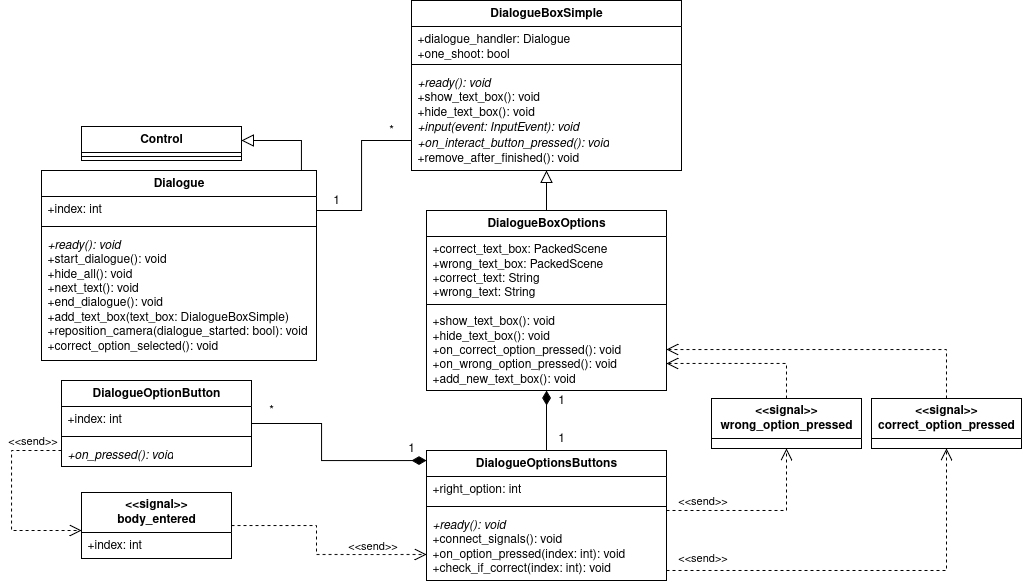
The draw.io diagram Documentazione/source/imgs/class-dialogue.png in fliposab/ProgettoStage, before a commit. Source tidied: cells renumbered, new cells last; positions are measured from the earlier drawing's top-left corner, leaving out a move shared by most shapes.
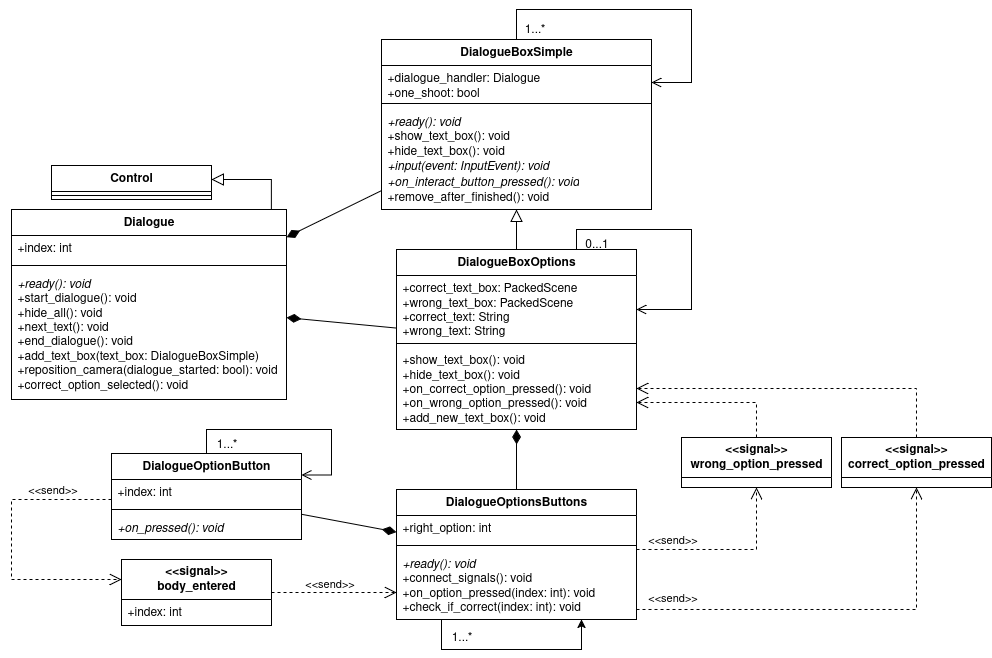
The same file after the commit.

Change to the diagram source:
```diff
@@ -2,7 +2,7 @@
   <root>
     <mxCell id="0" />
     <mxCell id="1" parent="0" />
-    <mxCell id="2" style="edgeStyle=orthogonalEdgeStyle;rounded=0;jettySize=auto;html=1;endArrow=block;endFill=0;endSize=10;" parent="1" edge="1" source="3" target="44">
+    <mxCell id="2" style="edgeStyle=orthogonalEdgeStyle;rounded=0;jettySize=auto;html=1;endArrow=block;endFill=0;endSize=10;" parent="1" edge="1" source="3" target="43">
       <mxGeometry relative="1" as="geometry">
         <Array as="points">
           <mxPoint x="290" y="140" />
@@ -21,13 +21,8 @@
     <mxCell id="6" value="&lt;div&gt;&lt;i&gt;+ready(): void&lt;/i&gt;&lt;/div&gt;&lt;div&gt;+start_dialogue(): void&lt;/div&gt;&lt;div&gt;+hide_all(): void&lt;/div&gt;&lt;div&gt;+next_text(): void&lt;/div&gt;&lt;div&gt;+end_dialogue(): void&lt;/div&gt;&lt;div&gt;+add_text_box(text_box: DialogueBoxSimple)&lt;/div&gt;&lt;div&gt;+reposition_camera(dialogue_started: bool): void&lt;/div&gt;&lt;div&gt;+correct_option_selected(): void&lt;/div&gt;&lt;div&gt;&lt;br&gt;&lt;/div&gt;" style="text;strokeColor=none;fillColor=none;align=left;verticalAlign=top;spacingLeft=4;spacingRight=4;overflow=hidden;whiteSpace=wrap;html=1;" parent="3" vertex="1">
       <mxGeometry y="60" width="275" height="130" as="geometry" />
     </mxCell>
-    <mxCell id="7" style="edgeStyle=orthogonalEdgeStyle;rounded=0;jettySize=auto;html=1;endSize=10;endArrow=none;endFill=0;" parent="1" edge="1" source="8" target="3">
-      <mxGeometry relative="1" as="geometry">
-        <Array as="points">
-          <mxPoint x="350" y="140" />
-          <mxPoint x="350" y="210" />
-        </Array>
-      </mxGeometry>
+    <mxCell id="7" style="rounded=0;jettySize=auto;html=1;endSize=12;endArrow=diamondThin;endFill=1;" parent="1" edge="1" source="8" target="3">
+      <mxGeometry relative="1" as="geometry" />
     </mxCell>
     <mxCell id="8" value="DialogueBoxSimple" style="swimlane;fontStyle=1;align=center;verticalAlign=top;horizontal=1;startSize=26;whiteSpace=wrap;html=1;" parent="1" vertex="1">
       <mxGeometry x="400" width="270" height="170" as="geometry" />
@@ -41,8 +36,14 @@
     <mxCell id="11" value="&lt;div&gt;&lt;i&gt;+ready(): void&lt;/i&gt;&lt;/div&gt;&lt;div&gt;+show_text_box(): void&lt;/div&gt;&lt;div&gt;+hide_text_box(): void&lt;/div&gt;&lt;div&gt;&lt;i&gt;+input(event: InputEvent): void&lt;/i&gt;&lt;/div&gt;&lt;div&gt;&lt;i&gt;+on_interact_button_pressed(): void&lt;/i&gt;&lt;/div&gt;&lt;div&gt;+remove_after_finished(): void&lt;/div&gt;" style="text;strokeColor=none;fillColor=none;align=left;verticalAlign=top;spacingLeft=4;spacingRight=4;overflow=hidden;whiteSpace=wrap;html=1;" parent="8" vertex="1">
       <mxGeometry y="68" width="270" height="102" as="geometry" />
     </mxCell>
-    <mxCell id="12" value="*" style="text;html=1;align=center;verticalAlign=middle;whiteSpace=wrap;rounded=0;" parent="1" vertex="1">
-      <mxGeometry x="360" y="120" width="40" height="20" as="geometry" />
+    <mxCell id="12" style="edgeStyle=orthogonalEdgeStyle;rounded=0;jettySize=auto;html=1;entryX=1;entryY=0.5;entryDx=0;entryDy=0;endArrow=open;endFill=0;endSize=8;" parent="8" edge="1" source="8" target="9">
+      <mxGeometry relative="1" as="geometry">
+        <Array as="points">
+          <mxPoint x="135" y="-30" />
+          <mxPoint x="310" y="-30" />
+          <mxPoint x="310" y="43" />
+        </Array>
+      </mxGeometry>
     </mxCell>
     <mxCell id="13" value="DialogueBoxOptions" style="swimlane;fontStyle=1;align=center;verticalAlign=top;horizontal=1;startSize=26;whiteSpace=wrap;html=1;" parent="1" vertex="1">
       <mxGeometry x="415" y="210" width="240" height="180" as="geometry" />
@@ -59,18 +60,13 @@
     <mxCell id="17" style="edgeStyle=orthogonalEdgeStyle;rounded=0;jettySize=auto;html=1;endArrow=block;endFill=0;endSize=10;exitX=0.5;exitY=0;exitDx=0;exitDy=0;" parent="1" edge="1" source="13" target="8">
       <mxGeometry relative="1" as="geometry" />
     </mxCell>
-    <mxCell id="18" style="edgeStyle=orthogonalEdgeStyle;rounded=0;jettySize=auto;html=1;endArrow=none;endFill=0;endSize=12;startArrow=diamondThin;startFill=1;startSize=12;" parent="1" edge="1" source="24" target="30">
-      <mxGeometry relative="1" as="geometry">
-        <Array as="points">
-          <mxPoint x="310" y="460" />
-          <mxPoint x="310" y="423" />
-        </Array>
-      </mxGeometry>
+    <mxCell id="18" style="rounded=0;jettySize=auto;html=1;endArrow=none;endFill=0;endSize=12;startArrow=diamondThin;startFill=1;startSize=12;" parent="1" edge="1" source="24" target="31">
+      <mxGeometry relative="1" as="geometry" />
     </mxCell>
     <mxCell id="19" style="edgeStyle=orthogonalEdgeStyle;rounded=0;jettySize=auto;html=1;endArrow=diamondThin;endFill=1;endSize=12;" parent="1" edge="1" source="24" target="13">
       <mxGeometry relative="1" as="geometry" />
     </mxCell>
-    <mxCell id="20" style="edgeStyle=orthogonalEdgeStyle;rounded=0;jettySize=auto;html=1;dashed=1;endArrow=open;endFill=0;endSize=10;" parent="1" edge="1" source="24" target="39">
+    <mxCell id="20" style="edgeStyle=orthogonalEdgeStyle;rounded=0;jettySize=auto;html=1;dashed=1;endArrow=open;endFill=0;endSize=10;" parent="1" edge="1" source="24" target="38">
       <mxGeometry relative="1" as="geometry">
         <Array as="points">
           <mxPoint x="775" y="510" />
@@ -87,7 +83,7 @@
         <mxPoint x="-10" y="-7" as="offset" />
       </mxGeometry>
     </mxCell>
-    <mxCell id="23" style="edgeStyle=orthogonalEdgeStyle;rounded=0;jettySize=auto;html=1;dashed=1;endArrow=open;endFill=0;endSize=10;" parent="1" edge="1" source="24" target="38">
+    <mxCell id="23" style="edgeStyle=orthogonalEdgeStyle;rounded=0;jettySize=auto;html=1;dashed=1;endArrow=open;endFill=0;endSize=10;" parent="1" edge="1" source="24" target="37">
       <mxGeometry relative="1" as="geometry">
         <Array as="points">
           <mxPoint x="935" y="570" />
@@ -106,90 +102,116 @@
     <mxCell id="27" value="&lt;div&gt;&lt;i&gt;+ready(): void&lt;/i&gt;&lt;/div&gt;&lt;div&gt;+connect_signals(): void&lt;/div&gt;&lt;div&gt;+on_option_pressed(index: int): void&lt;/div&gt;&lt;div&gt;+check_if_correct(index: int): void&lt;/div&gt;" style="text;strokeColor=none;fillColor=none;align=left;verticalAlign=top;spacingLeft=4;spacingRight=4;overflow=hidden;points=[[0,0.5],[1,0.5]];portConstraint=eastwest;whiteSpace=wrap;html=1;" parent="24" vertex="1">
       <mxGeometry y="60" width="240" height="70" as="geometry" />
     </mxCell>
-    <mxCell id="28" style="edgeStyle=orthogonalEdgeStyle;rounded=0;jettySize=auto;html=1;dashed=1;endArrow=open;endFill=0;endSize=10;" parent="1" edge="1" source="30" target="40">
+    <mxCell id="28" style="edgeStyle=orthogonalEdgeStyle;rounded=0;jettySize=auto;html=1;" parent="24" edge="1" source="24" target="27">
       <mxGeometry relative="1" as="geometry">
         <Array as="points">
-          <mxPoint y="450" />
-          <mxPoint y="530" />
+          <mxPoint x="45" y="160" />
+          <mxPoint x="185" y="160" />
         </Array>
       </mxGeometry>
     </mxCell>
-    <mxCell id="29" value="&amp;lt;&amp;lt;send&amp;gt;&amp;gt;" style="edgeLabel;html=1;align=center;verticalAlign=middle;" parent="28" vertex="1">
-      <mxGeometry x="-0.38" y="-2" relative="1" as="geometry">
-        <mxPoint x="22" y="-22" as="offset" />
+    <mxCell id="29" style="edgeStyle=orthogonalEdgeStyle;rounded=0;jettySize=auto;html=1;dashed=1;endArrow=open;endFill=0;endSize=10;" parent="1" edge="1" source="31" target="39">
+      <mxGeometry relative="1" as="geometry">
+        <Array as="points">
+          <mxPoint x="30" y="460" />
+          <mxPoint x="30" y="540" />
+        </Array>
       </mxGeometry>
     </mxCell>
-    <mxCell id="30" value="DialogueOptionButton" style="swimlane;fontStyle=1;align=center;verticalAlign=top;horizontal=1;startSize=26;whiteSpace=wrap;html=1;" parent="1" vertex="1">
-      <mxGeometry x="50" y="380" width="190" height="86" as="geometry" />
+    <mxCell id="30" value="&amp;lt;&amp;lt;send&amp;gt;&amp;gt;" style="edgeLabel;html=1;align=center;verticalAlign=middle;points=[];" parent="29" vertex="1">
+      <mxGeometry x="-0.38" y="-2" relative="1" as="geometry">
+        <mxPoint x="30" y="-8" as="offset" />
+      </mxGeometry>
     </mxCell>
-    <mxCell id="31" value="+index: int" style="text;strokeColor=none;fillColor=none;align=left;verticalAlign=top;spacingLeft=4;spacingRight=4;overflow=hidden;points=[[0,0.5],[1,0.5]];portConstraint=eastwest;whiteSpace=wrap;html=1;" parent="30" vertex="1">
-      <mxGeometry y="26" width="190" height="26" as="geometry" />
+    <mxCell id="31" value="DialogueOptionButton" style="swimlane;fontStyle=1;align=center;verticalAlign=top;horizontal=1;startSize=26;whiteSpace=wrap;html=1;" parent="1" vertex="1">
+      <mxGeometry x="130" y="414" width="190" height="86" as="geometry" />
     </mxCell>
-    <mxCell id="32" style="line;strokeWidth=1;fillColor=none;align=left;verticalAlign=middle;spacingTop=-1;spacingLeft=3;spacingRight=3;labelPosition=right;strokeColor=inherit;" parent="30" vertex="1">
-      <mxGeometry y="52" width="190" height="8" as="geometry" />
+    <mxCell id="32" value="+index: int" style="text;strokeColor=none;fillColor=none;align=left;verticalAlign=top;spacingLeft=4;spacingRight=4;overflow=hidden;whiteSpace=wrap;html=1;" parent="31" vertex="1">
+      <mxGeometry y="26" width="190" height="26" as="geometry" />
     </mxCell>
-    <mxCell id="33" value="&lt;i&gt;+on_pressed(): void&lt;/i&gt;" style="text;strokeColor=none;fillColor=none;align=left;verticalAlign=top;spacingLeft=4;spacingRight=4;overflow=hidden;whiteSpace=wrap;html=1;" parent="30" vertex="1">
-      <mxGeometry y="60" width="190" height="26" as="geometry" />
+    <mxCell id="33" style="line;strokeWidth=1;fillColor=none;align=left;verticalAlign=middle;spacingTop=-1;spacingLeft=3;spacingRight=3;labelPosition=right;strokeColor=inherit;" parent="31" vertex="1">
+      <mxGeometry y="52" width="190" height="8" as="geometry" />
     </mxCell>
-    <mxCell id="34" value="1" style="text;html=1;align=center;verticalAlign=middle;whiteSpace=wrap;rounded=0;" parent="1" vertex="1">
-      <mxGeometry x="530" y="390" width="40" height="20" as="geometry" />
+    <mxCell id="34" value="&lt;i&gt;+on_pressed(): void&amp;nbsp;&lt;/i&gt;" style="text;strokeColor=none;fillColor=none;align=left;verticalAlign=top;spacingLeft=4;spacingRight=4;overflow=hidden;whiteSpace=wrap;html=1;" parent="31" vertex="1">
+      <mxGeometry y="60" width="190" height="26" as="geometry" />
     </mxCell>
-    <mxCell id="35" value="*" style="text;html=1;align=center;verticalAlign=middle;whiteSpace=wrap;rounded=0;" parent="1" vertex="1">
-      <mxGeometry x="240" y="400" width="40" height="20" as="geometry" />
+    <mxCell id="35" style="edgeStyle=orthogonalEdgeStyle;rounded=0;jettySize=auto;html=1;dashed=1;endArrow=open;endFill=0;endSize=10;" parent="1" edge="1" source="39" target="24">
+      <mxGeometry relative="1" as="geometry">
+        <Array as="points">
+          <mxPoint x="280" y="554" />
+          <mxPoint x="280" y="554" />
+        </Array>
+      </mxGeometry>
     </mxCell>
-    <mxCell id="36" style="edgeStyle=orthogonalEdgeStyle;rounded=0;jettySize=auto;html=1;dashed=1;endArrow=open;endFill=0;endSize=10;" parent="1" edge="1" source="40" target="24">
-      <mxGeometry relative="1" as="geometry">
-        <Array as="points">
-          <mxPoint x="305" y="525" />
-          <mxPoint x="305" y="554" />
-        </Array>
+    <mxCell id="36" value="&amp;lt;&amp;lt;send&amp;gt;&amp;gt;" style="edgeLabel;html=1;align=center;verticalAlign=middle;" parent="35" vertex="1">
+      <mxGeometry x="0.42" y="5" relative="1" as="geometry">
+        <mxPoint x="-32" y="-4" as="offset" />
       </mxGeometry>
     </mxCell>
-    <mxCell id="37" value="&amp;lt;&amp;lt;send&amp;gt;&amp;gt;" style="edgeLabel;html=1;align=center;verticalAlign=middle;points=[];" parent="36" vertex="1">
-      <mxGeometry x="0.42" y="5" relative="1" as="geometry">
-        <mxPoint x="9" y="-4" as="offset" />
-      </mxGeometry>
+    <mxCell id="37" value="&lt;div&gt;&lt;b&gt;&amp;lt;&amp;lt;signal&amp;gt;&amp;gt;&lt;/b&gt;&lt;/div&gt;&lt;div&gt;&lt;b&gt;correct_option_pressed&lt;/b&gt;&lt;/div&gt;" style="swimlane;fontStyle=0;horizontal=1;startSize=40;fillColor=none;whiteSpace=wrap;html=1;" parent="1" vertex="1">
+      <mxGeometry x="860" y="398" width="150" height="50" as="geometry" />
     </mxCell>
-    <mxCell id="38" value="&lt;div&gt;&lt;b&gt;&amp;lt;&amp;lt;signal&amp;gt;&amp;gt;&lt;/b&gt;&lt;/div&gt;&lt;div&gt;&lt;b&gt;correct_option_pressed&lt;/b&gt;&lt;/div&gt;" style="swimlane;fontStyle=0;horizontal=1;startSize=40;fillColor=none;whiteSpace=wrap;html=1;" parent="1" vertex="1">
-      <mxGeometry x="860" y="398" width="150" height="50" as="geometry" />
+    <mxCell id="38" value="&lt;div&gt;&lt;b&gt;&amp;lt;&amp;lt;signal&amp;gt;&amp;gt;&lt;/b&gt;&lt;/div&gt;&lt;div&gt;&lt;b&gt;wrong_option_pressed&lt;/b&gt;&lt;/div&gt;" style="swimlane;fontStyle=0;horizontal=1;startSize=40;fillColor=none;whiteSpace=wrap;html=1;" parent="1" vertex="1">
+      <mxGeometry x="700" y="398" width="150" height="50" as="geometry" />
     </mxCell>
-    <mxCell id="39" value="&lt;div&gt;&lt;b&gt;&amp;lt;&amp;lt;signal&amp;gt;&amp;gt;&lt;/b&gt;&lt;/div&gt;&lt;div&gt;&lt;b&gt;wrong_option_pressed&lt;/b&gt;&lt;/div&gt;" style="swimlane;fontStyle=0;horizontal=1;startSize=40;fillColor=none;whiteSpace=wrap;html=1;" parent="1" vertex="1">
-      <mxGeometry x="700" y="398" width="150" height="50" as="geometry" />
+    <mxCell id="39" value="&lt;div&gt;&lt;b&gt;&amp;lt;&amp;lt;signal&amp;gt;&amp;gt;&lt;/b&gt;&lt;/div&gt;&lt;div&gt;&lt;b&gt;body_entered&lt;/b&gt;&lt;/div&gt;" style="swimlane;fontStyle=0;horizontal=1;startSize=40;fillColor=none;whiteSpace=wrap;html=1;" parent="1" vertex="1">
+      <mxGeometry x="140" y="520" width="150" height="66" as="geometry" />
     </mxCell>
-    <mxCell id="40" value="&lt;div&gt;&lt;b&gt;&amp;lt;&amp;lt;signal&amp;gt;&amp;gt;&lt;/b&gt;&lt;/div&gt;&lt;div&gt;&lt;b&gt;body_entered&lt;/b&gt;&lt;/div&gt;" style="swimlane;fontStyle=0;horizontal=1;startSize=40;fillColor=none;whiteSpace=wrap;html=1;" parent="1" vertex="1">
-      <mxGeometry x="70" y="492" width="150" height="66" as="geometry" />
+    <mxCell id="40" value="+index: int" style="text;strokeColor=none;fillColor=none;align=left;verticalAlign=top;spacingLeft=4;spacingRight=4;overflow=hidden;points=[[0,0.5],[1,0.5]];portConstraint=eastwest;whiteSpace=wrap;html=1;" parent="39" vertex="1">
+      <mxGeometry y="40" width="150" height="26" as="geometry" />
     </mxCell>
-    <mxCell id="41" value="+index: int" style="text;strokeColor=none;fillColor=none;align=left;verticalAlign=top;spacingLeft=4;spacingRight=4;overflow=hidden;whiteSpace=wrap;html=1;" parent="40" vertex="1">
-      <mxGeometry y="40" width="150" height="26" as="geometry" />
+    <mxCell id="41" style="edgeStyle=orthogonalEdgeStyle;rounded=0;jettySize=auto;html=1;dashed=1;endArrow=open;endFill=0;endSize=10;" parent="1" edge="1" source="38" target="13">
+      <mxGeometry relative="1" as="geometry">
+        <Array as="points">
+          <mxPoint x="775" y="363" />
+        </Array>
+      </mxGeometry>
     </mxCell>
-    <mxCell id="42" style="edgeStyle=orthogonalEdgeStyle;rounded=0;jettySize=auto;html=1;dashed=1;endArrow=open;endFill=0;endSize=10;" parent="1" edge="1" source="39" target="13">
+    <mxCell id="42" style="edgeStyle=orthogonalEdgeStyle;rounded=0;jettySize=auto;html=1;dashed=1;endArrow=open;endFill=0;endSize=10;" parent="1" edge="1" source="37" target="13">
       <mxGeometry relative="1" as="geometry">
         <Array as="points">
-          <mxPoint x="775" y="363" />
+          <mxPoint x="935" y="349" />
         </Array>
       </mxGeometry>
     </mxCell>
-    <mxCell id="43" style="edgeStyle=orthogonalEdgeStyle;rounded=0;jettySize=auto;html=1;dashed=1;endArrow=open;endFill=0;endSize=10;" parent="1" edge="1" source="38" target="13">
-      <mxGeometry relative="1" as="geometry">
-        <Array as="points">
-          <mxPoint x="935" y="349" />
-        </Array>
-      </mxGeometry>
+    <mxCell id="43" value="Control" style="swimlane;fontStyle=1;align=center;verticalAlign=top;horizontal=1;startSize=26;whiteSpace=wrap;html=1;" parent="1" vertex="1">
+      <mxGeometry x="70" y="126" width="160" height="34" as="geometry" />
     </mxCell>
-    <mxCell id="44" value="Control" style="swimlane;fontStyle=1;align=center;verticalAlign=top;horizontal=1;startSize=26;whiteSpace=wrap;html=1;" parent="1" vertex="1">
-      <mxGeometry x="70" y="126" width="160" height="34" as="geometry" />
+    <mxCell id="44" style="line;strokeWidth=1;fillColor=none;align=left;verticalAlign=middle;spacingTop=-1;spacingLeft=3;spacingRight=3;labelPosition=right;points=[];portConstraint=eastwest;strokeColor=inherit;" parent="43" vertex="1">
+      <mxGeometry y="26" width="160" height="8" as="geometry" />
     </mxCell>
-    <mxCell id="45" style="line;strokeWidth=1;fillColor=none;align=left;verticalAlign=middle;spacingTop=-1;spacingLeft=3;spacingRight=3;labelPosition=right;strokeColor=inherit;" parent="44" vertex="1">
-      <mxGeometry y="26" width="160" height="8" as="geometry" />
+    <mxCell id="45" style="edgeStyle=orthogonalEdgeStyle;rounded=0;orthogonalLoop=1;jettySize=auto;html=1;exitX=0.5;exitY=0;exitDx=0;exitDy=0;entryX=1;entryY=0.25;entryDx=0;entryDy=0;endArrow=open;endFill=0;endSize=8;" parent="1" edge="1" source="31" target="31">
+      <mxGeometry relative="1" as="geometry">
+        <Array as="points">
+          <mxPoint x="225" y="390" />
+          <mxPoint x="350" y="390" />
+          <mxPoint x="350" y="436" />
+        </Array>
+      </mxGeometry>
     </mxCell>
-    <mxCell id="46" value="1" style="text;html=1;align=center;verticalAlign=middle;whiteSpace=wrap;rounded=0;" parent="1" vertex="1">
-      <mxGeometry x="305" y="190" width="40" height="20" as="geometry" />
+    <mxCell id="46" value="1...*" style="text;html=1;align=center;verticalAlign=middle;strokeColor=none;fillColor=none;" parent="1" vertex="1">
+      <mxGeometry x="225" y="390" width="40" height="30" as="geometry" />
     </mxCell>
-    <mxCell id="47" value="1" style="text;html=1;align=center;verticalAlign=middle;whiteSpace=wrap;rounded=0;" parent="1" vertex="1">
-      <mxGeometry x="530" y="428" width="40" height="20" as="geometry" />
+    <mxCell id="47" value="1...*" style="text;html=1;align=center;verticalAlign=middle;strokeColor=none;fillColor=none;" parent="1" vertex="1">
+      <mxGeometry x="533" y="-25" width="40" height="30" as="geometry" />
     </mxCell>
-    <mxCell id="48" value="1" style="text;html=1;align=center;verticalAlign=middle;whiteSpace=wrap;rounded=0;" parent="1" vertex="1">
-      <mxGeometry x="380" y="438" width="40" height="20" as="geometry" />
+    <mxCell id="48" style="rounded=0;jettySize=auto;html=1;endSize=12;endArrow=diamondThin;endFill=1;" parent="1" edge="1" source="13" target="3">
+      <mxGeometry relative="1" as="geometry" />
     </mxCell>
+    <mxCell id="49" value="1...*" style="text;html=1;align=center;verticalAlign=middle;strokeColor=none;fillColor=none;" parent="1" vertex="1">
+      <mxGeometry x="460" y="583" width="40" height="30" as="geometry" />
+    </mxCell>
+    <mxCell id="50" style="edgeStyle=orthogonalEdgeStyle;rounded=0;orthogonalLoop=1;jettySize=auto;html=1;exitX=0.75;exitY=0;exitDx=0;exitDy=0;endArrow=open;endFill=0;endSize=8;" parent="1" edge="1" source="13" target="13">
+      <mxGeometry relative="1" as="geometry">
+        <Array as="points">
+          <mxPoint x="595" y="190" />
+          <mxPoint x="710" y="190" />
+          <mxPoint x="710" y="270" />
+        </Array>
+      </mxGeometry>
+    </mxCell>
+    <mxCell id="51" value="0...1" style="text;html=1;align=center;verticalAlign=middle;strokeColor=none;fillColor=none;" parent="1" vertex="1">
+      <mxGeometry x="590" y="190" width="50" height="30" as="geometry" />
+    </mxCell>
   </root>
 </mxGraphModel>
```
